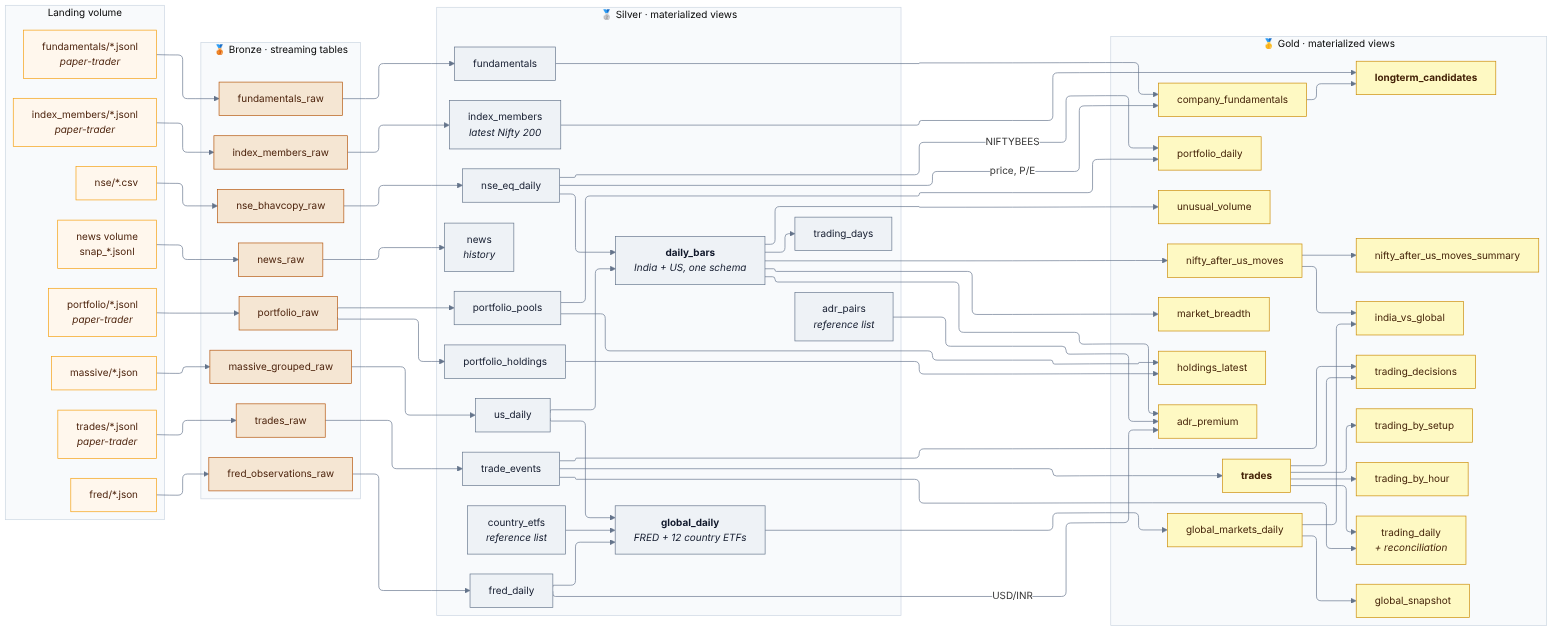
bumblebee26/stocks_lakehouse keeps this Mermaid diagram as docs/diagrams/03_lineage.png. Above is the earlier version. Its source is kept beside it as docs/diagrams/03_lineage.mmd. The source it was exported from:
```mermaid
---
config:
  layout: elk
  elk:
    mergeEdges: false
    nodePlacementStrategy: NETWORK_SIMPLEX
---
flowchart LR
    subgraph LAND["Landing volume"]
        direction TB
        LN["nse/*.csv"]
        LM["massive/*.json"]
        LF["fred/*.json"]
        LT["trades/*.jsonl<br/><i>paper-trader</i>"]
        LP["portfolio/*.jsonl<br/><i>paper-trader</i>"]
        LU["fundamentals/*.jsonl<br/><i>paper-trader</i>"]
        LI["index_members/*.jsonl<br/><i>paper-trader</i>"]
        LW["news volume<br/>snap_*.jsonl"]
    end

    subgraph B["🥉 Bronze · streaming tables"]
        direction TB
        B1["nse_bhavcopy_raw"]
        B2["massive_grouped_raw"]
        B3["fred_observations_raw"]
        B4["trades_raw"]
        B5["portfolio_raw"]
        B6["fundamentals_raw"]
        B7["index_members_raw"]
        B8["news_raw"]
    end

    subgraph S["🥈 Silver · materialized views"]
        direction TB
        S1["nse_eq_daily"]
        S2["us_daily"]
        S3["<b>daily_bars</b><br/><i>India + US, one schema</i>"]
        S4["trading_days"]
        S5["fred_daily"]
        S6["<b>global_daily</b><br/><i>FRED + 12 country ETFs</i>"]
        S7["trade_events"]
        S8["portfolio_pools"]
        S9["portfolio_holdings"]
        S10["fundamentals"]
        S11["index_members<br/><i>latest Nifty 200</i>"]
        S12["news<br/><i>history</i>"]
        S13["country_etfs<br/><i>reference list</i>"]
        S14["adr_pairs<br/><i>reference list</i>"]
    end

    subgraph G["🥇 Gold · materialized views"]
        direction TB
        G1["unusual_volume"]
        G2["market_breadth"]
        G3["nifty_after_us_moves"]
        G4["nifty_after_us_moves_summary"]
        G5["adr_premium"]
        G6["global_markets_daily"]
        G7["global_snapshot"]
        G8["india_vs_global"]
        G9["<b>trades</b>"]
        G10["trading_daily<br/><i>+ reconciliation</i>"]
        G11["trading_by_setup"]
        G12["trading_by_hour"]
        G13["trading_decisions"]
        G14["portfolio_daily"]
        G15["holdings_latest"]
        G16["company_fundamentals"]
        G17["<b>longterm_candidates</b>"]
    end

    LN --> B1 --> S1 --> S3
    LM --> B2 --> S2 --> S3
    LF --> B3 --> S5 --> S6
    S2 --> S6
    S13 --> S6
    S3 --> S4
    S3 --> G1
    S3 --> G2
    S3 --> G3 --> G4
    S3 --> G5
    S14 --> G5
    S5 -- "USD/INR" --> G5
    S6 --> G6 --> G7
    G6 --> G8
    G3 --> G8
    LT --> B4 --> S7 --> G9
    G9 --> G10
    S7 --> G10
    G9 --> G11
    G9 --> G12
    G9 --> G13
    S7 --> G13
    LP --> B5
    B5 --> S8
    B5 --> S9
    S8 --> G14
    S1 -- "NIFTYBEES" --> G14
    S9 --> G15
    S8 --> G15
    LU --> B6 --> S10 --> G16
    S1 -- "price, P/E" --> G16
    LI --> B7 --> S11 --> G17
    G16 --> G17
    LW --> B8 --> S12

    classDef land fill:#fff7ed,stroke:#f59e0b,color:#451a03
    classDef bronze fill:#f5e6d3,stroke:#b45309,color:#451a03
    classDef silver fill:#eef2f6,stroke:#64748b,color:#0f172a
    classDef gold fill:#fef9c3,stroke:#ca8a04,color:#422006
    class LN,LM,LF,LT,LP,LU,LI,LW land
    class B1,B2,B3,B4,B5,B6,B7,B8 bronze
    class S1,S2,S3,S4,S5,S6,S7,S8,S9,S10,S11,S12,S13,S14 silver
    class G1,G2,G3,G4,G5,G6,G7,G8,G9,G10,G11,G12,G13,G14,G15,G16,G17 gold
```
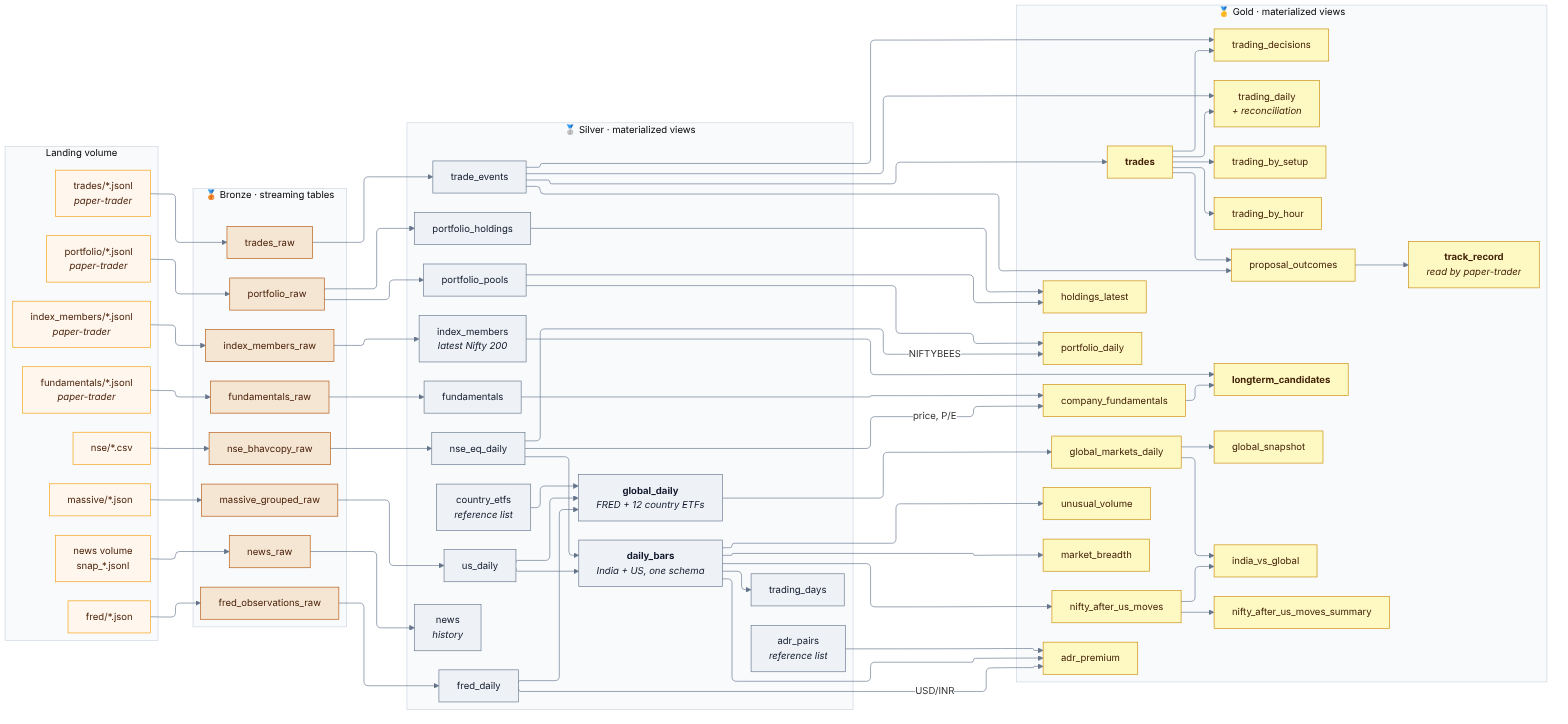
The same diagram one commit later.

Commit message:
Feedback loop: gold.proposal_outcomes and gold.track_record (read by paper-trader every session)

Diff of the diagram source:
```diff
@@ -67,6 +67,8 @@
         G15["holdings_latest"]
         G16["company_fundamentals"]
         G17["<b>longterm_candidates</b>"]
+        G18["proposal_outcomes"]
+        G19["<b>track_record</b><br/><i>read by paper-trader</i>"]
     end
 
     LN --> B1 --> S1 --> S3
@@ -91,6 +93,8 @@
     G9 --> G12
     G9 --> G13
     S7 --> G13
+    S7 --> G18
+    G9 --> G18 --> G19
     LP --> B5
     B5 --> S8
     B5 --> S9
@@ -111,4 +115,4 @@
     class LN,LM,LF,LT,LP,LU,LI,LW land
     class B1,B2,B3,B4,B5,B6,B7,B8 bronze
     class S1,S2,S3,S4,S5,S6,S7,S8,S9,S10,S11,S12,S13,S14 silver
-    class G1,G2,G3,G4,G5,G6,G7,G8,G9,G10,G11,G12,G13,G14,G15,G16,G17 gold
+    class G1,G2,G3,G4,G5,G6,G7,G8,G9,G10,G11,G12,G13,G14,G15,G16,G17,G18,G19 gold
```
